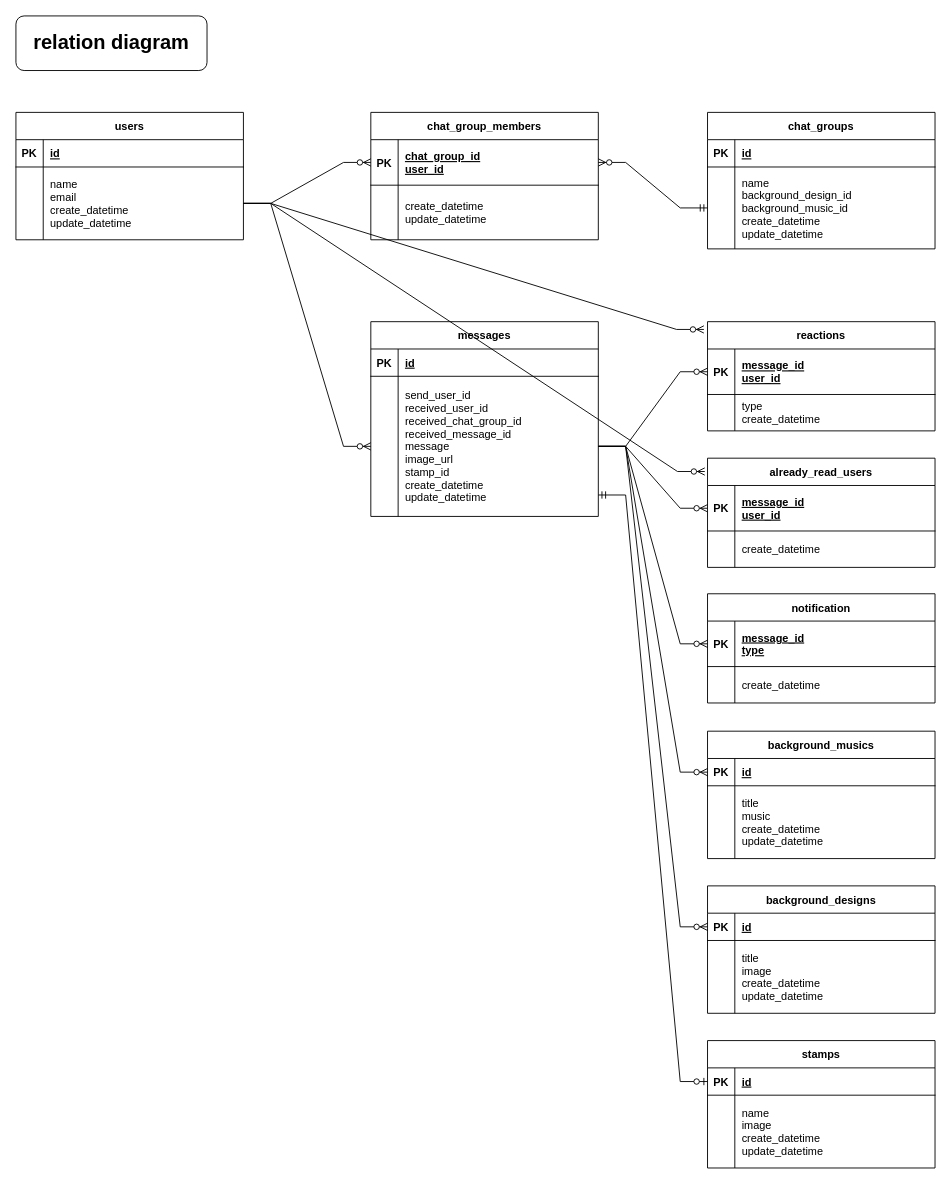
This is docs/data_models/data_model.drawio from mitsuaki1229/ChatFeature, a draw.io file, before an edit. Source tidied: cells renumbered, new cells numbered last; positions are measured from the earlier drawing's top-left corner, leaving out a move shared by most shapes. Both pictures are drawn from the tidied source at 91%, with x=0, y=0 at pixel (15, 15).
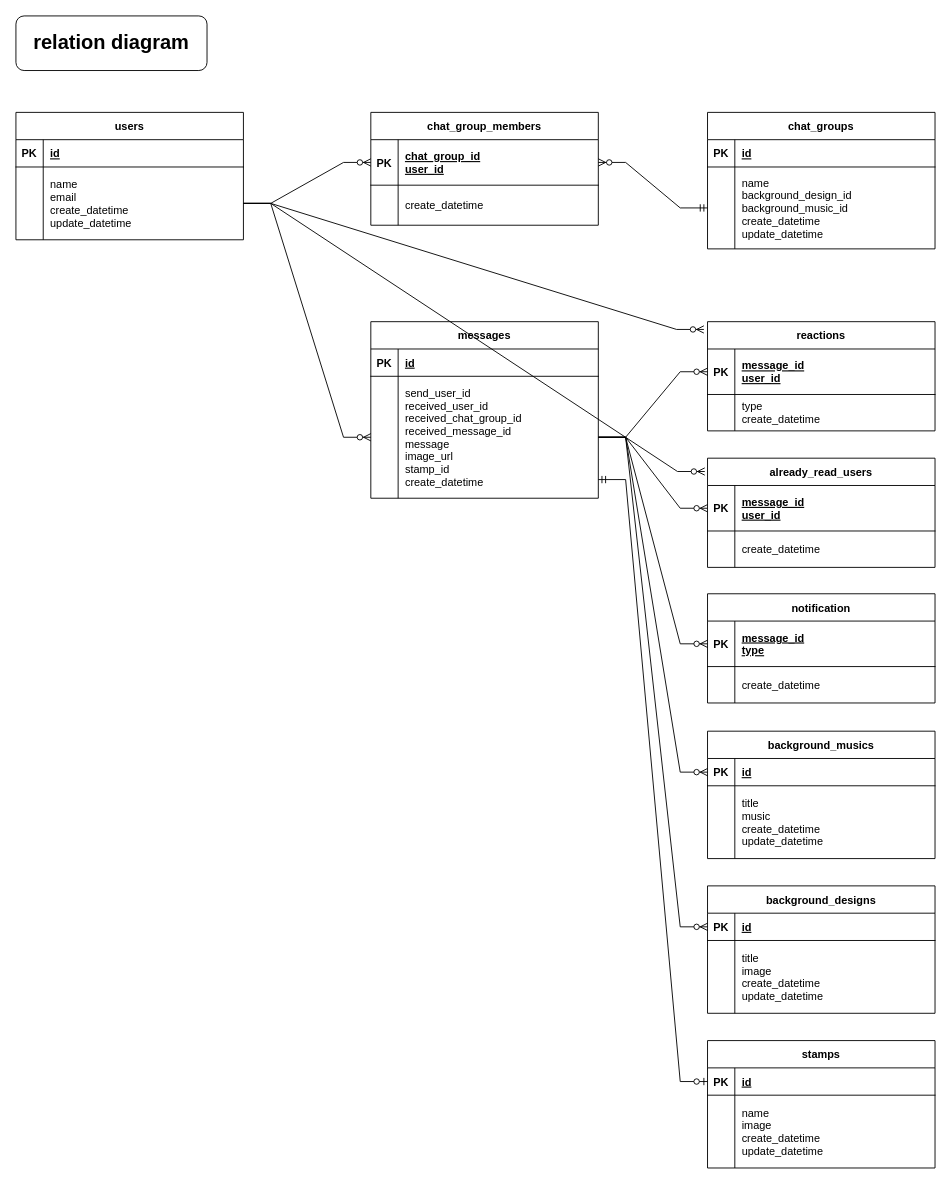
Above is the later version.

Commit message (it also covers changes not shown here):
Remove unnecessary update_datetime.

The edit, as a diff of the source:
```diff
@@
     <mxCell id="16" value="chat_group_members" style="shape=table;startSize=30;childLayout=tableLayout;rowLines=0;fontStyle=1;align=center;" parent="1" vertex="1">
-      <mxGeometry x="390" y="106" width="250" height="140" as="geometry" />
+      <mxGeometry x="390" y="106" width="250" height="124" as="geometry" />
     </mxCell>
@@
     <mxCell id="20" style="shape=partialRectangle;fillColor=none;top=0;left=0;right=0;bottom=0;" parent="16" vertex="1">
-      <mxGeometry y="80" width="250" height="60" as="geometry" />
+      <mxGeometry y="80" width="250" height="44" as="geometry" />
     </mxCell>
     <mxCell id="21" style="shape=partialRectangle;overflow=hidden;fillColor=none;top=0;left=0;bottom=0;right=0;" parent="20" vertex="1">
-      <mxGeometry width="30" height="60" as="geometry" />
+      <mxGeometry width="30" height="44" as="geometry" />
     </mxCell>
-    <mxCell id="22" value="create_datetime&#10;update_datetime" style="shape=partialRectangle;overflow=hidden;fillColor=none;top=0;left=0;bottom=0;right=0;align=left;spacingLeft=6;" parent="20" vertex="1">
-      <mxGeometry x="30" width="220" height="60" as="geometry" />
+    <mxCell id="22" value="create_datetime" style="shape=partialRectangle;overflow=hidden;fillColor=none;top=0;left=0;bottom=0;right=0;align=left;spacingLeft=6;" parent="20" vertex="1">
+      <mxGeometry x="30" width="220" height="44" as="geometry" />
     </mxCell>
     <mxCell id="23" value="messages" style="shape=table;startSize=30;childLayout=tableLayout;rowLines=0;fontStyle=1;align=center;" parent="1" vertex="1">
-      <mxGeometry x="390" y="336" width="250" height="214" as="geometry" />
+      <mxGeometry x="390" y="336" width="250" height="194" as="geometry" />
     </mxCell>
@@
     <mxCell id="27" style="shape=partialRectangle;fillColor=none;points=[[0,0.5],[1,0.5]];portConstraint=eastwest;top=0;left=0;right=0;bottom=0;" parent="23" vertex="1">
-      <mxGeometry y="60" width="250" height="154" as="geometry" />
+      <mxGeometry y="60" width="250" height="134" as="geometry" />
     </mxCell>
     <mxCell id="28" style="shape=partialRectangle;overflow=hidden;fillColor=none;top=0;left=0;bottom=0;right=0;" parent="27" vertex="1">
-      <mxGeometry width="30" height="154" as="geometry" />
+      <mxGeometry width="30" height="134" as="geometry" />
     </mxCell>
-    <mxCell id="29" value="send_user_id&#10;received_user_id&#10;received_chat_group_id&#10;received_message_id&#10;message&#10;image_url&#10;stamp_id&#10;create_datetime&#10;update_datetime" style="shape=partialRectangle;overflow=hidden;fillColor=none;top=0;left=0;bottom=0;right=0;align=left;spacingLeft=6;" parent="27" vertex="1">
-      <mxGeometry x="30" width="220" height="154" as="geometry" />
+    <mxCell id="29" value="send_user_id&#10;received_user_id&#10;received_chat_group_id&#10;received_message_id&#10;message&#10;image_url&#10;stamp_id&#10;create_datetime" style="shape=partialRectangle;overflow=hidden;fillColor=none;top=0;left=0;bottom=0;right=0;align=left;spacingLeft=6;" parent="27" vertex="1">
+      <mxGeometry x="30" width="220" height="134" as="geometry" />
     </mxCell>
```
